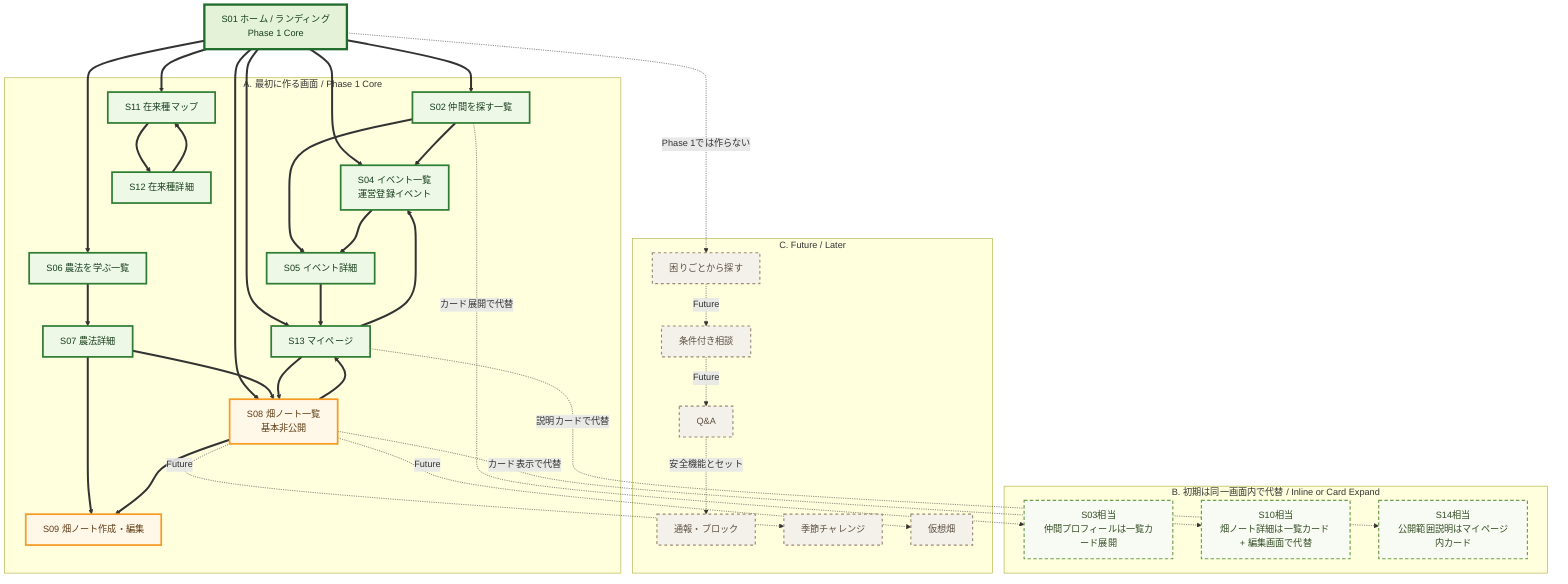
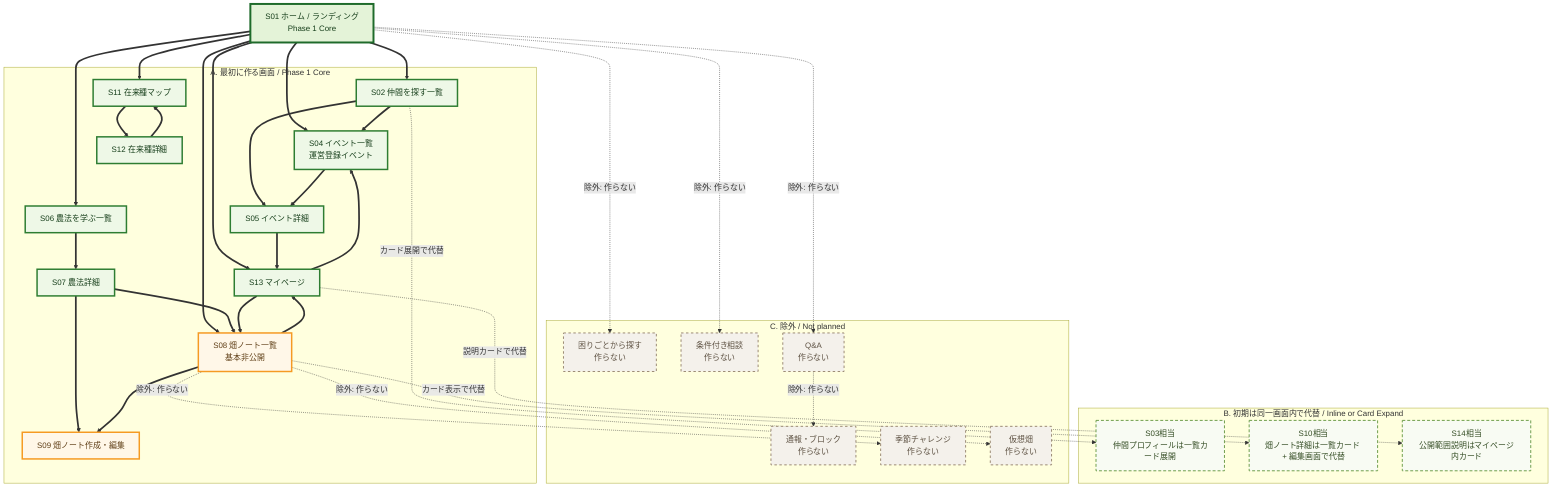
flowchart TD
  %% Nou no Sato Phase 1 screen transition priority
-   %% Thick solid lines: Phase 1 Core. Dotted lines: Inline substitute or Future / Later.
+   %% Thick solid lines: Phase 1 Core. Dotted lines: Inline substitute or excluded / not planned.

  Home["S01 ホーム / ランディング<br/>Phase 1 Core"]

  subgraph Core["A. 最初に作る画面 / Phase 1 Core"]
    Members["S02 仲間を探す一覧"]
    Events["S04 イベント一覧<br/>運営登録イベント"]
    EventDetail["S05 イベント詳細"]
    Learn["S06 農法を学ぶ一覧"]
    MethodDetail["S07 農法詳細"]
    Notes["S08 畑ノート一覧<br/>基本非公開"]
    NoteCreate["S09 畑ノート作成・編集"]
    NativeMap["S11 在来種マップ"]
    NativeDetail["S12 在来種詳細"]
    MyPage["S13 マイページ"]
  end

  subgraph Inline["B. 初期は同一画面内で代替 / Inline or Card Expand"]
    MemberInline["S03相当<br/>仲間プロフィールは一覧カード展開"]
    NoteInline["S10相当<br/>畑ノート詳細は一覧カード + 編集画面で代替"]
    SettingsInline["S14相当<br/>公開範囲説明はマイページ内カード"]
  end

-   subgraph Future["C. Future / Later"]
-     Trouble["困りごとから探す"]
-     Conditional["条件付き相談"]
-     QA["Q&A"]
-     Safety["通報・ブロック"]
-     Seasonal["季節チャレンジ"]
-     VirtualFarm["仮想畑"]
+   subgraph Excluded["C. 除外 / Not planned"]
+     Trouble["困りごとから探す<br/>作らない"]
+     Conditional["条件付き相談<br/>作らない"]
+     QA["Q&A<br/>作らない"]
+     Safety["通報・ブロック<br/>作らない"]
+     Seasonal["季節チャレンジ<br/>作らない"]
+     VirtualFarm["仮想畑<br/>作らない"]
  end

  Home ==> Members
  Home ==> Events
  Home ==> Learn
  Home ==> Notes
  Home ==> NativeMap
  Home ==> MyPage

  Members -. "カード展開で代替" .-> MemberInline
  Members ==> Events
  Members ==> EventDetail

  Events ==> EventDetail
  EventDetail ==> MyPage

  Learn ==> MethodDetail
  MethodDetail ==> Notes
  MethodDetail ==> NoteCreate

  Notes ==> NoteCreate
  Notes -. "カード表示で代替" .-> NoteInline
  Notes ==> MyPage

  NativeMap ==> NativeDetail
  NativeDetail ==> NativeMap

  MyPage ==> Notes
  MyPage ==> Events
  MyPage -. "説明カードで代替" .-> SettingsInline

-   Home -. "Phase 1では作らない" .-> Trouble
-   Trouble -. "Future" .-> Conditional
-   Conditional -. "Future" .-> QA
-   QA -. "安全機能とセット" .-> Safety
-   Notes -. "Future" .-> Seasonal
-   Notes -. "Future" .-> VirtualFarm
+   Home -. "除外: 作らない" .-> Trouble
+   Home -. "除外: 作らない" .-> Conditional
+   Home -. "除外: 作らない" .-> QA
+   QA -. "除外: 作らない" .-> Safety
+   Notes -. "除外: 作らない" .-> Seasonal
+   Notes -. "除外: 作らない" .-> VirtualFarm

  classDef home fill:#e4f3d8,stroke:#1f6b2b,stroke-width:4px,color:#173f1b;
  classDef core fill:#eef8e7,stroke:#2e7d32,stroke-width:3px,color:#173f1b;
  classDef privacy fill:#fff7e8,stroke:#f59a23,stroke-width:3px,color:#5f3e16;
  classDef inline fill:#f8fbf3,stroke:#6f9e4e,stroke-width:2px,stroke-dasharray:6 4,color:#344d24;
-   classDef future fill:#f4f1eb,stroke:#9b8a74,stroke-width:2px,stroke-dasharray:5 5,color:#5d5142;
+   classDef excluded fill:#f4f1eb,stroke:#9b8a74,stroke-width:2px,stroke-dasharray:5 5,color:#5d5142;

  class Home home;
  class Members,Events,EventDetail,Learn,MethodDetail,NativeMap,NativeDetail,MyPage core;
  class Notes,NoteCreate privacy;
  class MemberInline,NoteInline,SettingsInline inline;
-   class Trouble,Conditional,QA,Safety,Seasonal,VirtualFarm future;+   class Trouble,Conditional,QA,Safety,Seasonal,VirtualFarm excluded;